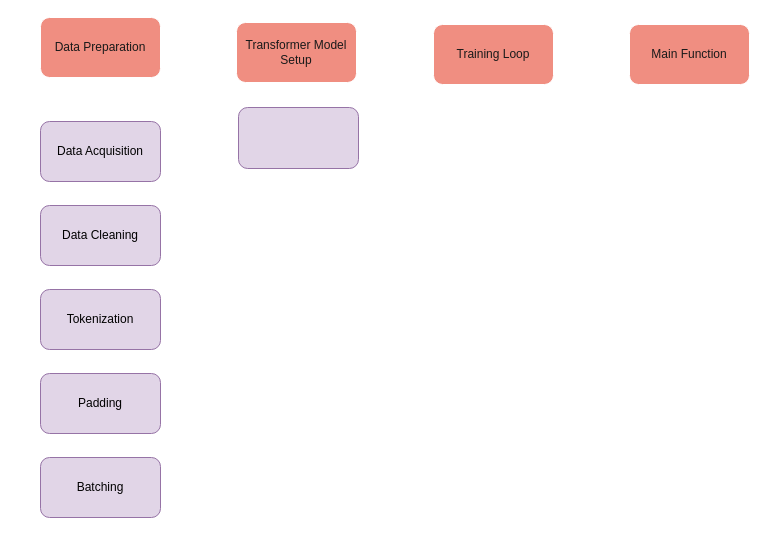
Above: diagrams/Setup.drawio in southern-cross-ai/Data (draw.io), before the change. Source tidied: cells renumbered, new cells numbered last; positions are measured from the earlier drawing's top-left corner, leaving out a move shared by most shapes. Both pictures are drawn from the tidied source at 100%, with x=0, y=0 at pixel (40, 17).
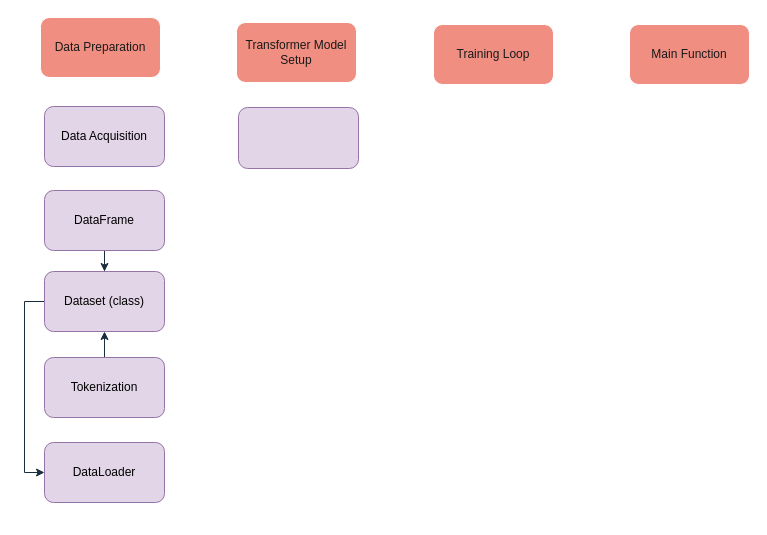
After the change.

What changed in the source:
```diff
@@
 <mxGraphModel>
   <root>
     <mxCell id="0" />
     <mxCell id="1" parent="0" />
     <mxCell id="2" style="group;" parent="1" vertex="1">
       <mxGeometry width="709" height="67" as="geometry" />
     </mxCell>
     <mxCell id="3" value="Data Preparation" style="rounded=1;whiteSpace=wrap;html=1;labelBackgroundColor=none;fillColor=#F08E81;strokeColor=#FFFFFF;fontColor=#1A1A1A;" parent="2" vertex="1">
       <mxGeometry width="120" height="60" as="geometry" />
     </mxCell>
     <mxCell id="4" value="Training Loop" style="rounded=1;whiteSpace=wrap;html=1;labelBackgroundColor=none;fillColor=#F08E81;strokeColor=#FFFFFF;fontColor=#1A1A1A;" parent="2" vertex="1">
       <mxGeometry x="393" y="7" width="120" height="60" as="geometry" />
     </mxCell>
     <mxCell id="5" value="Transformer Model Setup" style="rounded=1;whiteSpace=wrap;html=1;labelBackgroundColor=none;fillColor=#F08E81;strokeColor=#FFFFFF;fontColor=#1A1A1A;" parent="2" vertex="1">
       <mxGeometry x="196" y="5" width="120" height="60" as="geometry" />
     </mxCell>
     <mxCell id="6" value="Main Function" style="rounded=1;whiteSpace=wrap;html=1;labelBackgroundColor=none;fillColor=#F08E81;strokeColor=#FFFFFF;fontColor=#1A1A1A;" parent="2" vertex="1">
       <mxGeometry x="589" y="7" width="120" height="60" as="geometry" />
     </mxCell>
     <mxCell id="7" style="rounded=1;whiteSpace=wrap;html=1;strokeColor=#9673a6;fillColor=#e1d5e7;" parent="1" vertex="1">
       <mxGeometry x="198" y="90" width="120" height="61" as="geometry" />
     </mxCell>
     <mxCell id="8" style="group;" parent="1" vertex="1">
-      <mxGeometry y="104" width="120" height="396" as="geometry" />
+      <mxGeometry x="4" y="89" width="120" height="396" as="geometry" />
     </mxCell>
-    <mxCell id="9" value="Batching" style="rounded=1;whiteSpace=wrap;html=1;strokeColor=#9673a6;fillColor=#e1d5e7;flipV=1;flipH=1;" parent="8" vertex="1">
+    <mxCell id="9" value="DataLoader" style="rounded=1;whiteSpace=wrap;html=1;strokeColor=#9673a6;fillColor=#e1d5e7;flipV=1;flipH=1;" parent="8" vertex="1">
       <mxGeometry y="336" width="120" height="60" as="geometry" />
     </mxCell>
+    <mxCell id="14" style="edgeStyle=orthogonalEdgeStyle;rounded=0;jettySize=auto;html=1;entryX=0;entryY=0.5;entryDx=0;entryDy=0;strokeColor=#182E3E;fontColor=#1A1A1A;" parent="8" edge="1" source="10" target="9">
+      <mxGeometry relative="1" as="geometry">
+        <Array as="points">
+          <mxPoint x="-20" y="195" />
+          <mxPoint x="-20" y="366" />
+        </Array>
+      </mxGeometry>
+    </mxCell>
-    <mxCell id="10" value="Padding" style="rounded=1;whiteSpace=wrap;html=1;strokeColor=#9673a6;fillColor=#e1d5e7;flipV=1;flipH=1;" parent="8" vertex="1">
-      <mxGeometry y="252" width="120" height="60" as="geometry" />
+    <mxCell id="10" value="Dataset (class)" style="rounded=1;whiteSpace=wrap;html=1;strokeColor=#9673a6;fillColor=#e1d5e7;flipV=1;flipH=1;" parent="8" vertex="1">
+      <mxGeometry y="165" width="120" height="60" as="geometry" />
     </mxCell>
+    <mxCell id="15" style="edgeStyle=orthogonalEdgeStyle;rounded=0;jettySize=auto;html=1;entryX=0.5;entryY=1;entryDx=0;entryDy=0;strokeColor=#182E3E;fontColor=#1A1A1A;" parent="8" edge="1" source="11" target="10">
+      <mxGeometry relative="1" as="geometry" />
+    </mxCell>
     <mxCell id="11" value="Tokenization" style="rounded=1;whiteSpace=wrap;html=1;strokeColor=#9673a6;fillColor=#e1d5e7;flipV=1;flipH=1;" parent="8" vertex="1">
-      <mxGeometry y="168" width="120" height="60" as="geometry" />
+      <mxGeometry y="251" width="120" height="60" as="geometry" />
     </mxCell>
+    <mxCell id="16" style="edgeStyle=orthogonalEdgeStyle;rounded=0;jettySize=auto;html=1;entryX=0.5;entryY=0;entryDx=0;entryDy=0;strokeColor=#182E3E;fontColor=#1A1A1A;" parent="8" edge="1" source="12" target="10">
+      <mxGeometry relative="1" as="geometry" />
+    </mxCell>
-    <mxCell id="12" value="Data Cleaning" style="rounded=1;whiteSpace=wrap;html=1;strokeColor=#9673a6;fillColor=#e1d5e7;flipV=1;flipH=1;" parent="8" vertex="1">
+    <mxCell id="12" value="DataFrame" style="rounded=1;whiteSpace=wrap;html=1;strokeColor=#9673a6;fillColor=#e1d5e7;flipV=1;flipH=1;" parent="8" vertex="1">
       <mxGeometry y="84" width="120" height="60" as="geometry" />
     </mxCell>
     <mxCell id="13" value="Data Acquisition" style="rounded=1;whiteSpace=wrap;html=1;strokeColor=#9673a6;fillColor=#e1d5e7;flipV=1;flipH=1;" parent="8" vertex="1">
       <mxGeometry width="120" height="60" as="geometry" />
     </mxCell>
   </root>
 </mxGraphModel>
```
